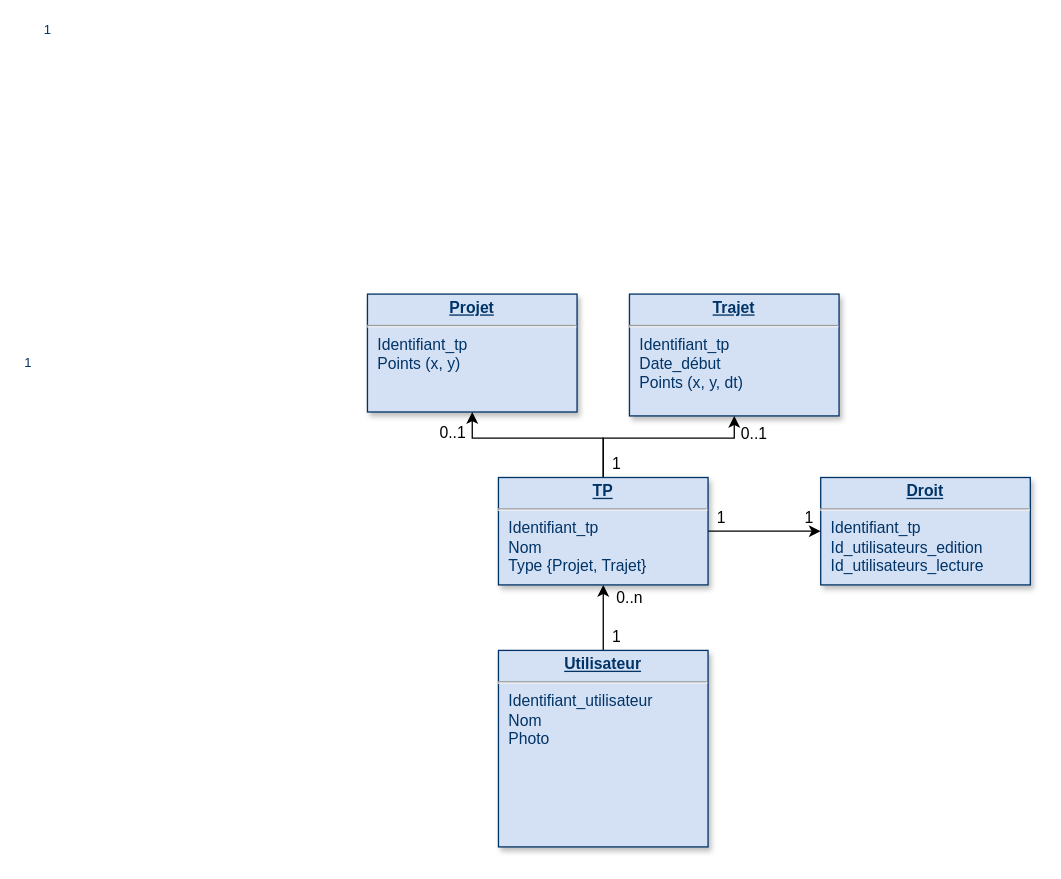
This is Rapport/Schemas/bdd.drawio from wiyochi/Projet-ZZ2, a draw.io file, before an edit. Source tidied: cells renumbered, new cells numbered last; positions are measured from the earlier drawing's top-left corner, leaving out a move shared by most shapes. Both pictures are drawn from the tidied source at 131%, with x=0, y=0 at pixel (367, 223).
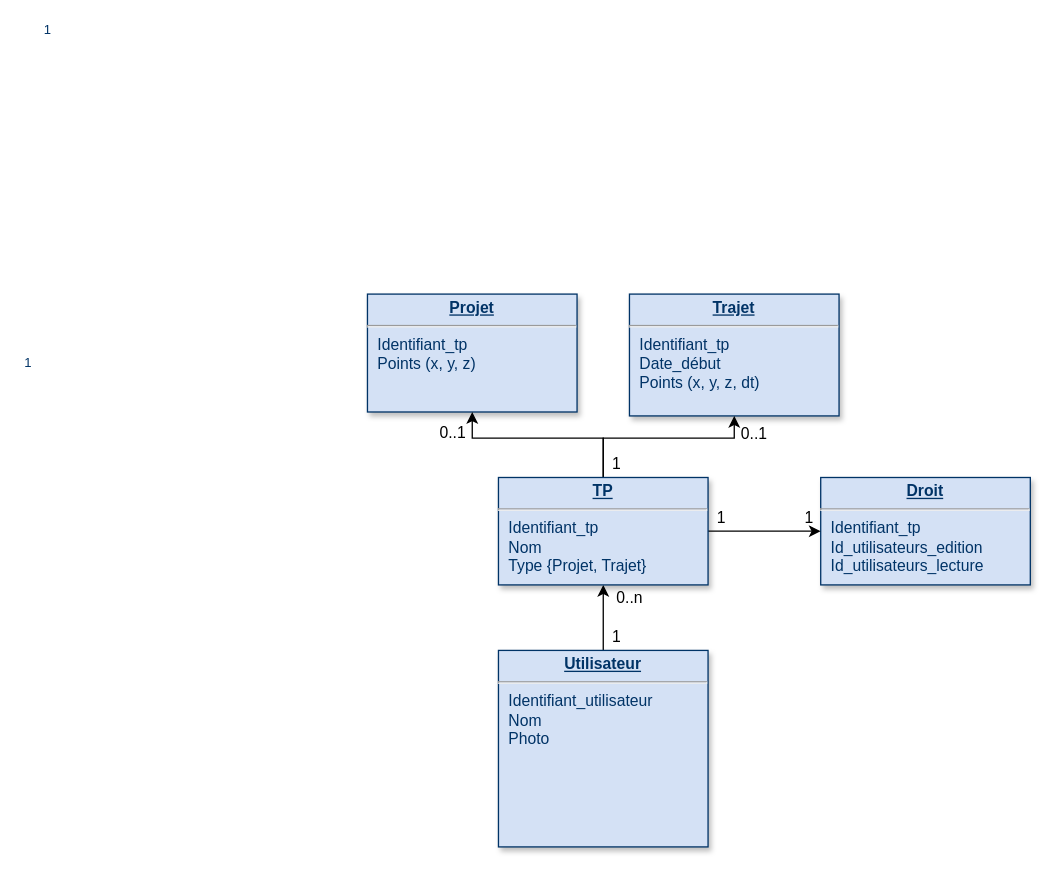
The same diagram, later.

Commit message (it also covers changes not shown here):
Schema BDD

Change to the diagram source:
```diff
@@
-    <mxCell id="2" value="&lt;p style=&quot;margin: 0px ; margin-top: 4px ; text-align: center ; text-decoration: underline&quot;&gt;&lt;strong&gt;Trajet&lt;/strong&gt;&lt;/p&gt;&lt;hr&gt;&lt;p style=&quot;margin: 0px ; margin-left: 8px&quot;&gt;&lt;span&gt;Identifiant_tp&lt;/span&gt;&lt;/p&gt;&lt;p style=&quot;margin: 0px ; margin-left: 8px&quot;&gt;&lt;span&gt;Date_début&lt;/span&gt;&lt;/p&gt;&lt;p style=&quot;margin: 0px ; margin-left: 8px&quot;&gt;&lt;span&gt;Points (x, y, dt)&lt;/span&gt;&lt;/p&gt;" style="verticalAlign=top;align=left;overflow=fill;fontSize=12;fontFamily=Helvetica;html=1;strokeColor=#003366;shadow=1;fillColor=#D4E1F5;fontColor=#003366;" parent="1" vertex="1">
+    <mxCell id="2" value="&lt;p style=&quot;margin: 0px ; margin-top: 4px ; text-align: center ; text-decoration: underline&quot;&gt;&lt;strong&gt;Trajet&lt;/strong&gt;&lt;/p&gt;&lt;hr&gt;&lt;p style=&quot;margin: 0px ; margin-left: 8px&quot;&gt;&lt;span&gt;Identifiant_tp&lt;/span&gt;&lt;/p&gt;&lt;p style=&quot;margin: 0px ; margin-left: 8px&quot;&gt;&lt;span&gt;Date_début&lt;/span&gt;&lt;/p&gt;&lt;p style=&quot;margin: 0px ; margin-left: 8px&quot;&gt;&lt;span&gt;Points (x, y, z, dt)&lt;/span&gt;&lt;/p&gt;" style="verticalAlign=top;align=left;overflow=fill;fontSize=12;fontFamily=Helvetica;html=1;strokeColor=#003366;shadow=1;fillColor=#D4E1F5;fontColor=#003366;" parent="1" vertex="1">
       <mxGeometry x="200" y="54" width="160" height="93" as="geometry" />
     </mxCell>
@@
-    <mxCell id="7" value="&lt;p style=&quot;margin: 0px ; margin-top: 4px ; text-align: center ; text-decoration: underline&quot;&gt;&lt;strong&gt;Projet&lt;/strong&gt;&lt;/p&gt;&lt;hr&gt;&lt;p style=&quot;margin: 0px ; margin-left: 8px&quot;&gt;&lt;span&gt;Identifiant_tp&lt;/span&gt;&lt;/p&gt;&lt;p style=&quot;margin: 0px ; margin-left: 8px&quot;&gt;&lt;span&gt;Points (x, y)&lt;/span&gt;&lt;/p&gt;&lt;p style=&quot;margin: 0px ; margin-left: 8px&quot;&gt;&lt;span&gt;&lt;br&gt;&lt;/span&gt;&lt;/p&gt;&lt;p style=&quot;margin: 0px ; margin-left: 8px&quot;&gt;&lt;span&gt;&lt;br&gt;&lt;/span&gt;&lt;/p&gt;" style="verticalAlign=top;align=left;overflow=fill;fontSize=12;fontFamily=Helvetica;html=1;strokeColor=#003366;shadow=1;fillColor=#D4E1F5;fontColor=#003366;" parent="1" vertex="1">
+    <mxCell id="7" value="&lt;p style=&quot;margin: 0px ; margin-top: 4px ; text-align: center ; text-decoration: underline&quot;&gt;&lt;strong&gt;Projet&lt;/strong&gt;&lt;/p&gt;&lt;hr&gt;&lt;p style=&quot;margin: 0px ; margin-left: 8px&quot;&gt;&lt;span&gt;Identifiant_tp&lt;/span&gt;&lt;/p&gt;&lt;p style=&quot;margin: 0px ; margin-left: 8px&quot;&gt;&lt;span&gt;Points (x, y, z)&lt;/span&gt;&lt;/p&gt;&lt;p style=&quot;margin: 0px ; margin-left: 8px&quot;&gt;&lt;span&gt;&lt;br&gt;&lt;/span&gt;&lt;/p&gt;&lt;p style=&quot;margin: 0px ; margin-left: 8px&quot;&gt;&lt;span&gt;&lt;br&gt;&lt;/span&gt;&lt;/p&gt;" style="verticalAlign=top;align=left;overflow=fill;fontSize=12;fontFamily=Helvetica;html=1;strokeColor=#003366;shadow=1;fillColor=#D4E1F5;fontColor=#003366;" parent="1" vertex="1">
       <mxGeometry y="54" width="160" height="90" as="geometry" />
     </mxCell>
```
